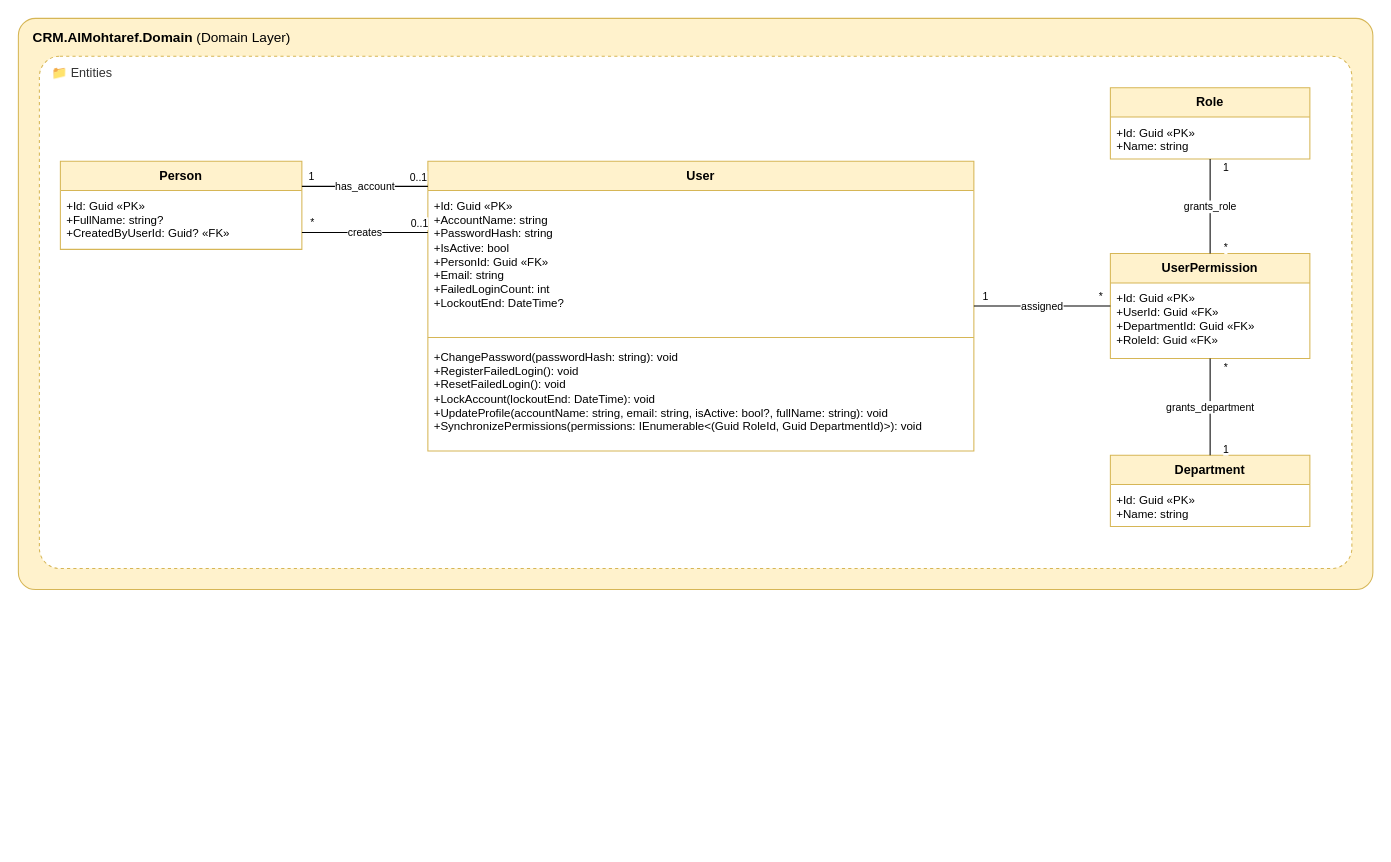
Above: page "02 Identity & Access" (2 of 5) of docs/design/classes/domain.drawio in QF-MJ/crm-al-mohtaref (draw.io), before the change. Source tidied: cells renumbered, new cells numbered last; positions are measured from the earlier drawing's top-left corner, leaving out a move shared by most shapes. Both pictures are drawn from the tidied source at 105%, with x=0, y=0 at pixel (18, 18).
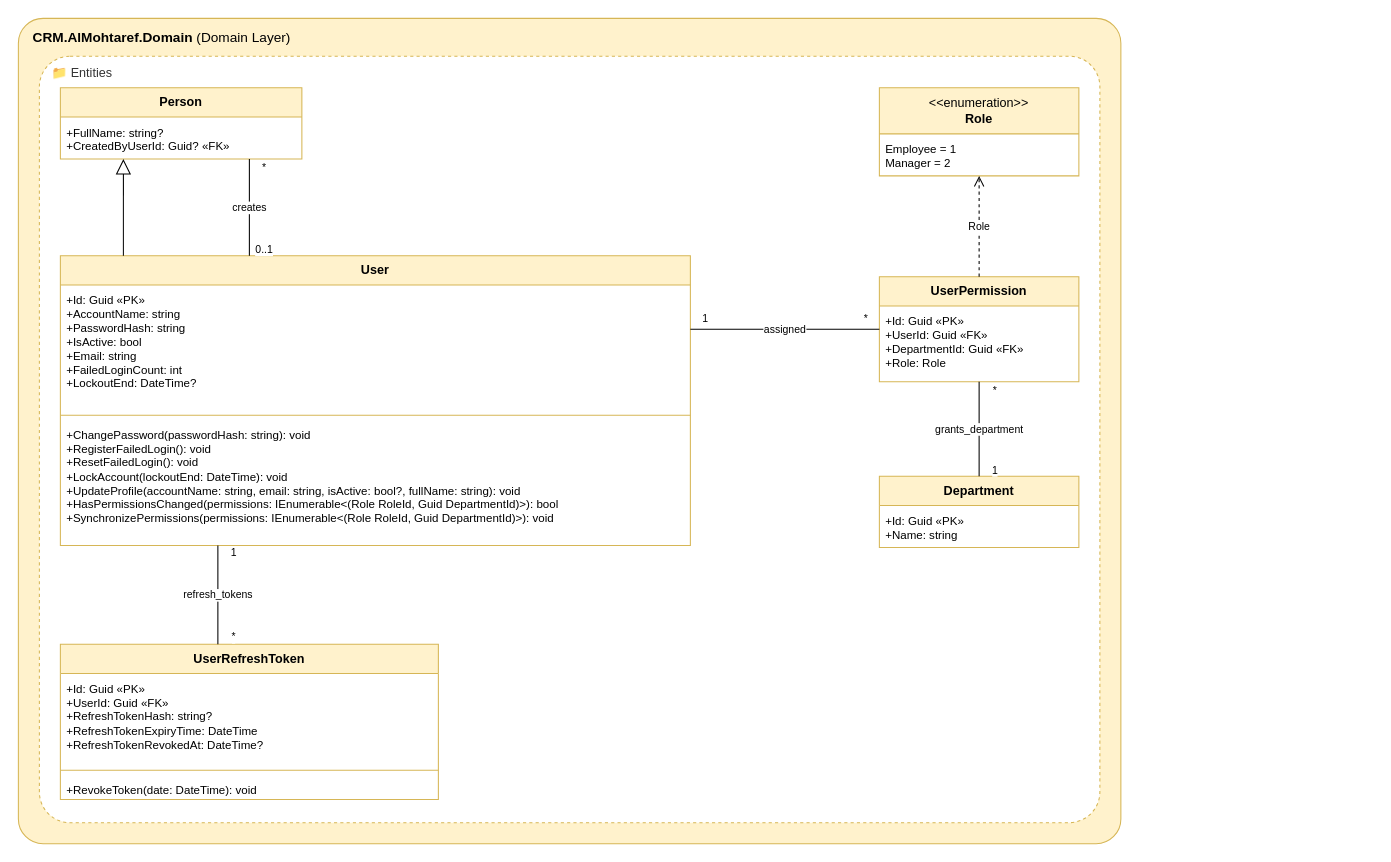
Above is the later version.

Change to the diagram source:
```diff
@@
     <mxCell id="2" value="&lt;b&gt;CRM.AlMohtaref.Domain&lt;/b&gt; (Domain Layer)" style="rounded=1;whiteSpace=wrap;html=1;verticalAlign=top;align=left;spacingLeft=12;spacingTop=4;arcSize=3;fillColor=#fff2cc;strokeColor=#d6b656;fontSize=13;" parent="1" vertex="1">
-      <mxGeometry width="1290" height="544" as="geometry" />
+      <mxGeometry width="1050" height="786" as="geometry" />
     </mxCell>
     <mxCell id="3" value="&amp;#128193; Entities" style="rounded=1;whiteSpace=wrap;html=1;verticalAlign=top;align=left;spacingLeft=10;spacingTop=2;arcSize=4;fillColor=#FFFFFF;strokeColor=#d6b656;dashed=1;fontSize=12;fontColor=#333333;" parent="2" vertex="1">
-      <mxGeometry x="20" y="36" width="1250" height="488" as="geometry" />
+      <mxGeometry x="20" y="36" width="1010" height="730" as="geometry" />
     </mxCell>
-    <mxCell id="4" value="&lt;b&gt;Role&lt;/b&gt;" style="swimlane;fontStyle=0;align=center;verticalAlign=middle;horizontal=1;startSize=28;html=1;whiteSpace=wrap;fontSize=12;fillColor=#fff2cc;strokeColor=#d6b656;swimlaneFillColor=#FFFFFF;" parent="3" vertex="1">
-      <mxGeometry x="1020" y="30" width="190" height="68" as="geometry" />
+    <mxCell id="4" value="&amp;lt;&amp;lt;enumeration&amp;gt;&amp;gt;&lt;br&gt;&lt;b&gt;Role&lt;/b&gt;" style="swimlane;fontStyle=0;align=center;verticalAlign=middle;horizontal=1;startSize=44;html=1;whiteSpace=wrap;fontSize=12;fillColor=#fff2cc;strokeColor=#d6b656;swimlaneFillColor=#FFFFFF;" parent="3" vertex="1">
+      <mxGeometry x="800" y="30" width="190" height="84" as="geometry" />
     </mxCell>
-    <mxCell id="5" value="+Id: Guid «PK»&lt;br&gt;+Name: string" style="text;strokeColor=none;fillColor=none;align=left;verticalAlign=top;spacingLeft=4;spacingRight=4;spacingTop=2;overflow=hidden;whiteSpace=wrap;html=1;fontSize=11;" parent="4" vertex="1">
-      <mxGeometry y="28" width="190" height="40" as="geometry" />
+    <mxCell id="5" value="Employee = 1&lt;br&gt;Manager = 2" style="text;strokeColor=none;fillColor=none;align=left;verticalAlign=top;spacingLeft=4;spacingRight=4;spacingTop=2;overflow=hidden;whiteSpace=wrap;html=1;fontSize=11;" parent="4" vertex="1">
+      <mxGeometry y="44" width="190" height="40" as="geometry" />
     </mxCell>
     <mxCell id="6" value="&lt;b&gt;Person&lt;/b&gt;" style="swimlane;fontStyle=0;align=center;verticalAlign=middle;horizontal=1;startSize=28;html=1;whiteSpace=wrap;fontSize=12;fillColor=#fff2cc;strokeColor=#d6b656;swimlaneFillColor=#FFFFFF;" parent="3" vertex="1">
-      <mxGeometry x="20" y="100" width="230" height="84" as="geometry" />
+      <mxGeometry x="20" y="30" width="230" height="68" as="geometry" />
     </mxCell>
-    <mxCell id="7" value="+Id: Guid «PK»&lt;br&gt;+FullName: string?&lt;br&gt;+CreatedByUserId: Guid? «FK»" style="text;strokeColor=none;fillColor=none;align=left;verticalAlign=top;spacingLeft=4;spacingRight=4;spacingTop=2;overflow=hidden;whiteSpace=wrap;html=1;fontSize=11;" parent="6" vertex="1">
-      <mxGeometry y="28" width="230" height="56" as="geometry" />
+    <mxCell id="7" value="+FullName: string?&lt;br&gt;+CreatedByUserId: Guid? «FK»" style="text;strokeColor=none;fillColor=none;align=left;verticalAlign=top;spacingLeft=4;spacingRight=4;spacingTop=2;overflow=hidden;whiteSpace=wrap;html=1;fontSize=11;" parent="6" vertex="1">
+      <mxGeometry y="28" width="230" height="40" as="geometry" />
     </mxCell>
     <mxCell id="8" value="&lt;b&gt;User&lt;/b&gt;" style="swimlane;fontStyle=0;align=center;verticalAlign=middle;horizontal=1;startSize=28;html=1;whiteSpace=wrap;fontSize=12;fillColor=#fff2cc;strokeColor=#d6b656;swimlaneFillColor=#FFFFFF;" parent="3" vertex="1">
-      <mxGeometry x="370" y="100" width="520" height="276" as="geometry" />
+      <mxGeometry x="20" y="190" width="600" height="276" as="geometry" />
     </mxCell>
-    <mxCell id="9" value="+Id: Guid «PK»&lt;br&gt;+AccountName: string&lt;br&gt;+PasswordHash: string&lt;br&gt;+IsActive: bool&lt;br&gt;+PersonId: Guid «FK»&lt;br&gt;+Email: string&lt;br&gt;+FailedLoginCount: int&lt;br&gt;+LockoutEnd: DateTime?" style="text;strokeColor=none;fillColor=none;align=left;verticalAlign=top;spacingLeft=4;spacingRight=4;spacingTop=2;overflow=hidden;whiteSpace=wrap;html=1;fontSize=11;" parent="8" vertex="1">
-      <mxGeometry y="28" width="520" height="136" as="geometry" />
+    <mxCell id="9" value="+Id: Guid «PK»&lt;br&gt;+AccountName: string&lt;br&gt;+PasswordHash: string&lt;br&gt;+IsActive: bool&lt;br&gt;+Email: string&lt;br&gt;+FailedLoginCount: int&lt;br&gt;+LockoutEnd: DateTime?" style="text;strokeColor=none;fillColor=none;align=left;verticalAlign=top;spacingLeft=4;spacingRight=4;spacingTop=2;overflow=hidden;whiteSpace=wrap;html=1;fontSize=11;" parent="8" vertex="1">
+      <mxGeometry y="28" width="600" height="120" as="geometry" />
     </mxCell>
     <mxCell id="10" style="line;strokeWidth=1;fillColor=none;align=left;verticalAlign=middle;spacingTop=-1;spacingLeft=3;spacingRight=3;labelPosition=right;strokeColor=inherit;" parent="8" vertex="1">
-      <mxGeometry y="164" width="520" height="8" as="geometry" />
+      <mxGeometry y="148" width="600" height="8" as="geometry" />
     </mxCell>
-    <mxCell id="11" value="+ChangePassword(passwordHash: string): void&lt;br&gt;+RegisterFailedLogin(): void&lt;br&gt;+ResetFailedLogin(): void&lt;br&gt;+LockAccount(lockoutEnd: DateTime): void&lt;br&gt;+UpdateProfile(accountName: string, email: string, isActive: bool?, fullName: string): void&lt;br&gt;+SynchronizePermissions(permissions: IEnumerable&amp;lt;(Guid RoleId, Guid DepartmentId)&amp;gt;): void" style="text;strokeColor=none;fillColor=none;align=left;verticalAlign=top;spacingLeft=4;spacingRight=4;spacingTop=2;overflow=hidden;whiteSpace=wrap;html=1;fontSize=11;" parent="8" vertex="1">
-      <mxGeometry y="172" width="520" height="104" as="geometry" />
+    <mxCell id="11" value="+ChangePassword(passwordHash: string): void&lt;br&gt;+RegisterFailedLogin(): void&lt;br&gt;+ResetFailedLogin(): void&lt;br&gt;+LockAccount(lockoutEnd: DateTime): void&lt;br&gt;+UpdateProfile(accountName: string, email: string, isActive: bool?, fullName: string): void&lt;br&gt;+HasPermissionsChanged(permissions: IEnumerable&amp;lt;(Role RoleId, Guid DepartmentId)&amp;gt;): bool&lt;br&gt;+SynchronizePermissions(permissions: IEnumerable&amp;lt;(Role RoleId, Guid DepartmentId)&amp;gt;): void" style="text;strokeColor=none;fillColor=none;align=left;verticalAlign=top;spacingLeft=4;spacingRight=4;spacingTop=2;overflow=hidden;whiteSpace=wrap;html=1;fontSize=11;" parent="8" vertex="1">
+      <mxGeometry y="156" width="600" height="120" as="geometry" />
     </mxCell>
     <mxCell id="12" value="&lt;b&gt;UserPermission&lt;/b&gt;" style="swimlane;fontStyle=0;align=center;verticalAlign=middle;horizontal=1;startSize=28;html=1;whiteSpace=wrap;fontSize=12;fillColor=#fff2cc;strokeColor=#d6b656;swimlaneFillColor=#FFFFFF;" parent="3" vertex="1">
-      <mxGeometry x="1020" y="188" width="190" height="100" as="geometry" />
+      <mxGeometry x="800" y="210" width="190" height="100" as="geometry" />
     </mxCell>
-    <mxCell id="13" value="+Id: Guid «PK»&lt;br&gt;+UserId: Guid «FK»&lt;br&gt;+DepartmentId: Guid «FK»&lt;br&gt;+RoleId: Guid «FK»" style="text;strokeColor=none;fillColor=none;align=left;verticalAlign=top;spacingLeft=4;spacingRight=4;spacingTop=2;overflow=hidden;whiteSpace=wrap;html=1;fontSize=11;" parent="12" vertex="1">
+    <mxCell id="13" value="+Id: Guid «PK»&lt;br&gt;+UserId: Guid «FK»&lt;br&gt;+DepartmentId: Guid «FK»&lt;br&gt;+Role: Role" style="text;strokeColor=none;fillColor=none;align=left;verticalAlign=top;spacingLeft=4;spacingRight=4;spacingTop=2;overflow=hidden;whiteSpace=wrap;html=1;fontSize=11;" parent="12" vertex="1">
       <mxGeometry y="28" width="190" height="72" as="geometry" />
     </mxCell>
     <mxCell id="14" value="&lt;b&gt;Department&lt;/b&gt;" style="swimlane;fontStyle=0;align=center;verticalAlign=middle;horizontal=1;startSize=28;html=1;whiteSpace=wrap;fontSize=12;fillColor=#fff2cc;strokeColor=#d6b656;swimlaneFillColor=#FFFFFF;" parent="3" vertex="1">
-      <mxGeometry x="1020" y="380" width="190" height="68" as="geometry" />
+      <mxGeometry x="800" y="400" width="190" height="68" as="geometry" />
     </mxCell>
@@
+    <mxCell id="31" value="&lt;b&gt;UserRefreshToken&lt;/b&gt;" style="swimlane;fontStyle=0;align=center;verticalAlign=middle;horizontal=1;startSize=28;html=1;whiteSpace=wrap;fontSize=12;fillColor=#fff2cc;strokeColor=#d6b656;swimlaneFillColor=#FFFFFF;" parent="3" vertex="1">
+      <mxGeometry x="20" y="560" width="360" height="148" as="geometry" />
+    </mxCell>
+    <mxCell id="32" value="+Id: Guid «PK»&lt;br&gt;+UserId: Guid «FK»&lt;br&gt;+RefreshTokenHash: string?&lt;br&gt;+RefreshTokenExpiryTime: DateTime&lt;br&gt;+RefreshTokenRevokedAt: DateTime?" style="text;strokeColor=none;fillColor=none;align=left;verticalAlign=top;spacingLeft=4;spacingRight=4;spacingTop=2;overflow=hidden;whiteSpace=wrap;html=1;fontSize=11;" parent="31" vertex="1">
+      <mxGeometry y="28" width="360" height="88" as="geometry" />
+    </mxCell>
+    <mxCell id="33" style="line;strokeWidth=1;fillColor=none;align=left;verticalAlign=middle;spacingTop=-1;spacingLeft=3;spacingRight=3;labelPosition=right;strokeColor=inherit;" parent="31" vertex="1">
+      <mxGeometry y="116" width="360" height="8" as="geometry" />
+    </mxCell>
+    <mxCell id="34" value="+RevokeToken(date: DateTime): void" style="text;strokeColor=none;fillColor=none;align=left;verticalAlign=top;spacingLeft=4;spacingRight=4;spacingTop=2;overflow=hidden;whiteSpace=wrap;html=1;fontSize=11;" parent="31" vertex="1">
+      <mxGeometry y="124" width="360" height="24" as="geometry" />
+    </mxCell>
-    <mxCell id="16" value="has_account" style="endArrow=none;html=1;edgeStyle=orthogonalEdgeStyle;rounded=1;fontSize=10;labelBackgroundColor=#FFFFFF;exitX=1.0000;exitY=0.2857;exitDx=0;exitDy=0;entryX=0.0000;entryY=0.0870;entryDx=0;entryDy=0;" parent="1" edge="1" source="6" target="8">
+    <mxCell id="16" style="endArrow=block;endFill=0;endSize=12;html=1;edgeStyle=orthogonalEdgeStyle;rounded=1;fontSize=10;labelBackgroundColor=#FFFFFF;exitX=0.1000;exitY=0.0000;exitDx=0;exitDy=0;entryX=0.2609;entryY=1.0000;entryDx=0;entryDy=0;" parent="1" edge="1" source="8" target="6">
       <mxGeometry relative="1" as="geometry" />
     </mxCell>
-    <mxCell id="17" value="1" style="edgeLabel;html=1;align=center;verticalAlign=middle;fontSize=10;labelBackgroundColor=#FFFFFF;" parent="16" vertex="1">
-      <mxGeometry x="-0.85" relative="1" as="geometry">
-        <mxPoint y="-10" as="offset" />
-      </mxGeometry>
-    </mxCell>
-    <mxCell id="18" value="0..1" style="edgeLabel;html=1;align=center;verticalAlign=middle;fontSize=10;labelBackgroundColor=#FFFFFF;" parent="16" vertex="1">
-      <mxGeometry x="0.85" relative="1" as="geometry">
-        <mxPoint y="-10" as="offset" />
-      </mxGeometry>
-    </mxCell>
-    <mxCell id="19" value="creates" style="endArrow=none;html=1;edgeStyle=orthogonalEdgeStyle;rounded=1;fontSize=10;labelBackgroundColor=#FFFFFF;exitX=0.0000;exitY=0.2464;exitDx=0;exitDy=0;entryX=1.0000;entryY=0.8095;entryDx=0;entryDy=0;" parent="1" edge="1" source="8" target="6">
+    <mxCell id="19" value="creates" style="endArrow=none;html=1;edgeStyle=orthogonalEdgeStyle;rounded=1;fontSize=10;labelBackgroundColor=#FFFFFF;exitX=0.3000;exitY=0.0000;exitDx=0;exitDy=0;entryX=0.7826;entryY=1.0000;entryDx=0;entryDy=0;" parent="1" edge="1" source="8" target="6">
       <mxGeometry relative="1" as="geometry" />
     </mxCell>
     <mxCell id="20" value="0..1" style="edgeLabel;html=1;align=center;verticalAlign=middle;fontSize=10;labelBackgroundColor=#FFFFFF;" parent="19" vertex="1">
       <mxGeometry x="-0.85" relative="1" as="geometry">
-        <mxPoint y="-10" as="offset" />
+        <mxPoint x="14" as="offset" />
       </mxGeometry>
     </mxCell>
     <mxCell id="21" value="*" style="edgeLabel;html=1;align=center;verticalAlign=middle;fontSize=10;labelBackgroundColor=#FFFFFF;" parent="19" vertex="1">
       <mxGeometry x="0.85" relative="1" as="geometry">
-        <mxPoint y="-10" as="offset" />
+        <mxPoint x="14" as="offset" />
       </mxGeometry>
     </mxCell>
-    <mxCell id="22" value="assigned" style="endArrow=none;html=1;edgeStyle=orthogonalEdgeStyle;rounded=1;fontSize=10;labelBackgroundColor=#FFFFFF;exitX=1.0000;exitY=0.5000;exitDx=0;exitDy=0;entryX=0.0000;entryY=0.5000;entryDx=0;entryDy=0;" parent="1" edge="1" source="8" target="12">
+    <mxCell id="22" value="assigned" style="endArrow=none;html=1;edgeStyle=orthogonalEdgeStyle;rounded=1;fontSize=10;labelBackgroundColor=#FFFFFF;exitX=1.0000;exitY=0.2536;exitDx=0;exitDy=0;entryX=0.0000;entryY=0.5000;entryDx=0;entryDy=0;" parent="1" edge="1" source="8" target="12">
       <mxGeometry relative="1" as="geometry" />
     </mxCell>
@@
-    <mxCell id="25" value="grants_role" style="endArrow=none;html=1;edgeStyle=orthogonalEdgeStyle;rounded=1;fontSize=10;labelBackgroundColor=#FFFFFF;exitX=0.5000;exitY=1.0000;exitDx=0;exitDy=0;entryX=0.5000;entryY=0.0000;entryDx=0;entryDy=0;" parent="1" edge="1" source="4" target="12">
+    <mxCell id="25" value="Role" style="endArrow=open;endSize=8;dashed=1;html=1;edgeStyle=orthogonalEdgeStyle;rounded=1;fontSize=10;labelBackgroundColor=#FFFFFF;exitX=0.5000;exitY=0.0000;exitDx=0;exitDy=0;entryX=0.5000;entryY=1.0000;entryDx=0;entryDy=0;" parent="1" edge="1" source="12" target="4">
       <mxGeometry relative="1" as="geometry" />
     </mxCell>
-    <mxCell id="26" value="1" style="edgeLabel;html=1;align=center;verticalAlign=middle;fontSize=10;labelBackgroundColor=#FFFFFF;" parent="25" vertex="1">
-      <mxGeometry x="-0.85" relative="1" as="geometry">
-        <mxPoint x="14" as="offset" />
-      </mxGeometry>
-    </mxCell>
-    <mxCell id="27" value="*" style="edgeLabel;html=1;align=center;verticalAlign=middle;fontSize=10;labelBackgroundColor=#FFFFFF;" parent="25" vertex="1">
-      <mxGeometry x="0.85" relative="1" as="geometry">
-        <mxPoint x="14" as="offset" />
-      </mxGeometry>
-    </mxCell>
@@
+    <mxCell id="35" value="refresh_tokens" style="endArrow=none;html=1;edgeStyle=orthogonalEdgeStyle;rounded=1;fontSize=10;labelBackgroundColor=#FFFFFF;exitX=0.2500;exitY=1.0000;exitDx=0;exitDy=0;entryX=0.4167;entryY=0.0000;entryDx=0;entryDy=0;" parent="1" edge="1" source="8" target="31">
+      <mxGeometry relative="1" as="geometry" />
+    </mxCell>
+    <mxCell id="36" value="1" style="edgeLabel;html=1;align=center;verticalAlign=middle;fontSize=10;labelBackgroundColor=#FFFFFF;" parent="35" vertex="1">
+      <mxGeometry x="-0.85" relative="1" as="geometry">
+        <mxPoint x="14" as="offset" />
+      </mxGeometry>
+    </mxCell>
+    <mxCell id="27" value="*" style="edgeLabel;html=1;align=center;verticalAlign=middle;fontSize=10;labelBackgroundColor=#FFFFFF;" parent="35" vertex="1">
+      <mxGeometry x="0.85" relative="1" as="geometry">
+        <mxPoint x="14" as="offset" />
+      </mxGeometry>
+    </mxCell>
```
